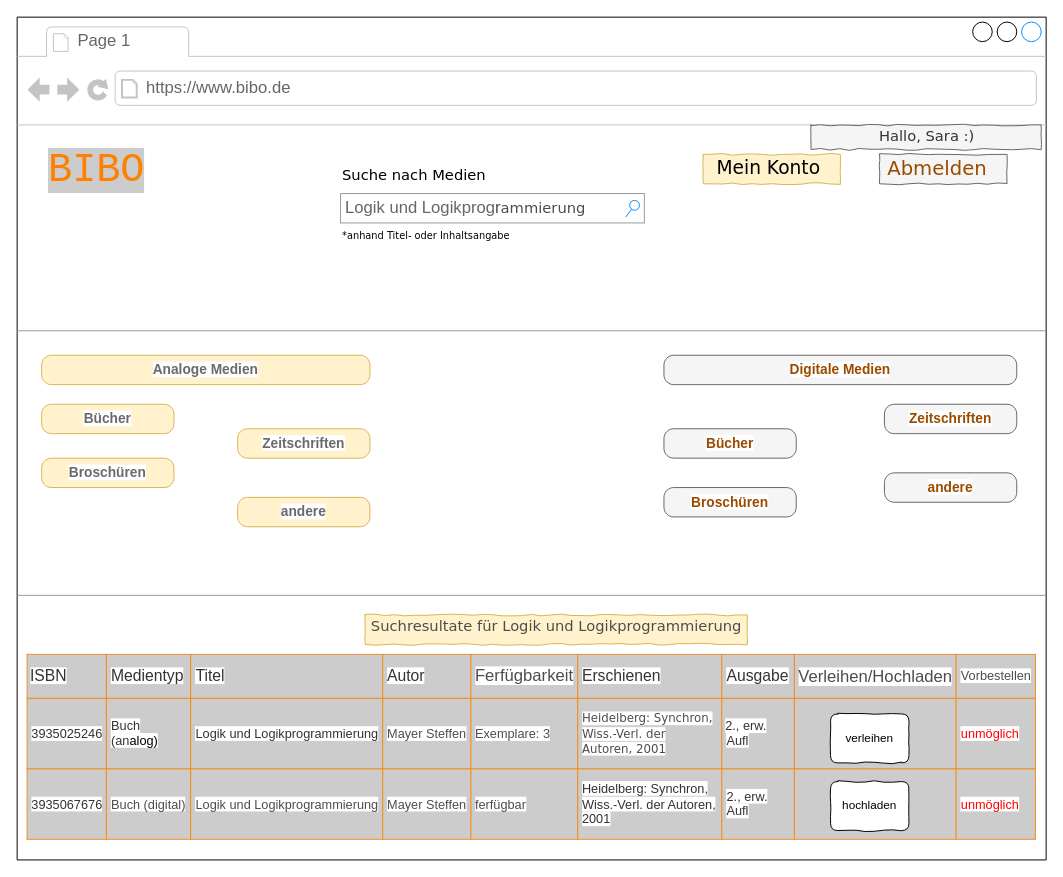
Before: 3_Lasten_Pflichtenheft/Pflichtenheft/GUI imgs/Suchаnfrаgen von аngemeldeten Benutzer mit Rechten.drawio in mostermann96/SWT2, a draw.io diagram. Source tidied: cells renumbered, new cells numbered last; positions are measured from the earlier drawing's top-left corner, leaving out a move shared by most shapes. Both pictures are drawn from the tidied source at 98%, with x=0, y=0 at pixel (17, 17).
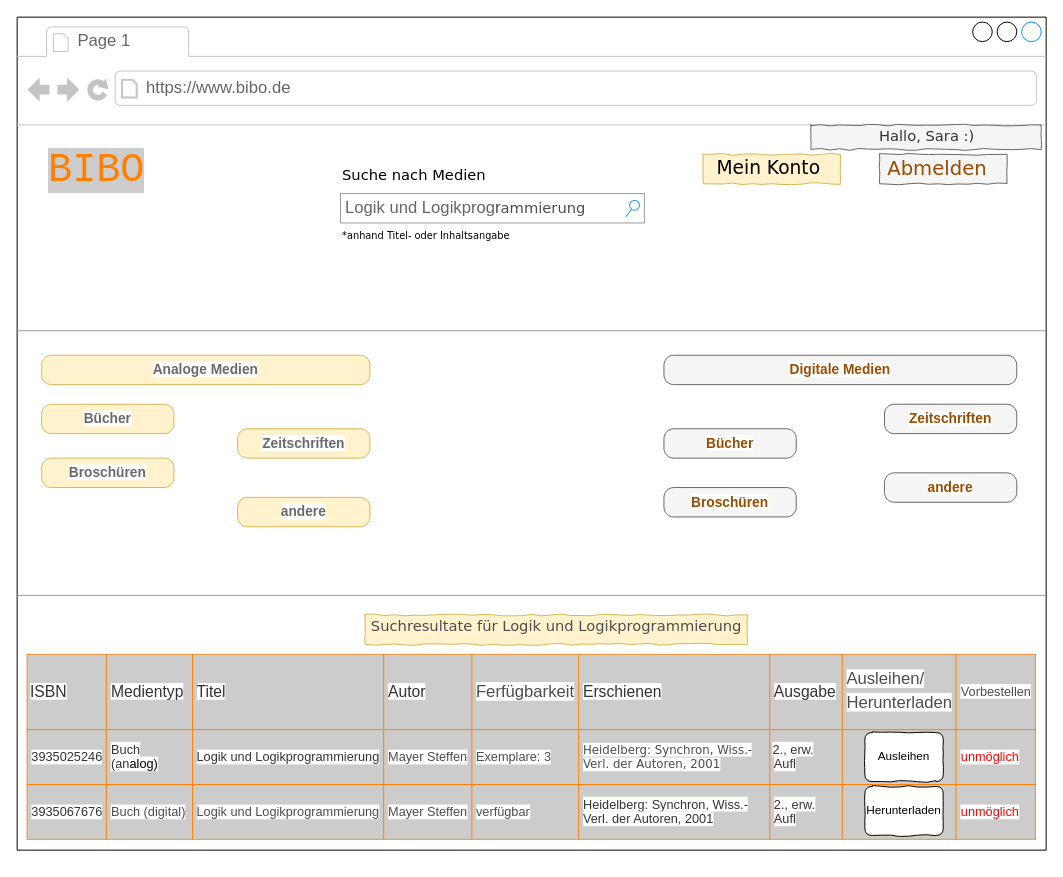
The same page after the edit.

Commit message (it also covers changes not shown here):
Kleine Berichtigungen in UI-Dias

The edit, as a diff of the source:
```diff
@@
     <mxCell id="2" style="strokeWidth=1;shadow=0;dashed=0;align=center;html=1;shape=mxgraph.mockup.containers.browserWindow;rSize=0;mainText=,;rounded=0;labelBackgroundColor=none;fontFamily=Verdana;fontSize=12;" parent="1" vertex="1">
-      <mxGeometry width="1050" height="860" as="geometry" />
+      <mxGeometry width="1050" height="850" as="geometry" />
     </mxCell>
@@
-    <mxCell id="24" value="&lt;table border=&quot;1&quot; width=&quot;100%&quot; cellpadding=&quot;4&quot; style=&quot;width: 100% ; height: 100% ; border-collapse: collapse ; background-color: rgb(204 , 204 , 204) ; border: 1px solid rgb(255 , 128 , 0)&quot;&gt;&lt;tbody style=&quot;font-size: 13px&quot;&gt;&lt;tr style=&quot;color: rgb(255 , 255 , 255)&quot;&gt;&lt;td style=&quot;text-indent: -2%&quot;&gt;&lt;font color=&quot;#333333&quot; face=&quot;VisSansBold, Helvetica, Arial, sans-serif&quot;&gt;&lt;span style=&quot;font-size: 16px ; white-space: normal ; background-color: rgb(255 , 255 , 255)&quot;&gt;ISBN&lt;/span&gt;&lt;/font&gt;&lt;br&gt;&lt;/td&gt;&lt;td&gt;&lt;span style=&quot;color: rgb(51 , 51 , 51) ; font-family: &amp;#34;vissansbold&amp;#34; , &amp;#34;helvetica&amp;#34; , &amp;#34;arial&amp;#34; , sans-serif ; font-size: 16px ; text-indent: -2% ; white-space: normal ; background-color: rgb(255 , 255 , 255)&quot;&gt;Medientyp&lt;/span&gt;&lt;br&gt;&lt;/td&gt;&lt;th align=&quot;left&quot;&gt;&lt;span style=&quot;color: rgb(51 , 51 , 51) ; font-family: &amp;#34;vissansbold&amp;#34; , &amp;#34;helvetica&amp;#34; , &amp;#34;arial&amp;#34; , sans-serif ; font-size: 16px ; font-weight: 400 ; text-indent: -2% ; white-space: normal ; background-color: rgb(255 , 255 , 255)&quot;&gt;Titel&lt;/span&gt;&lt;br&gt;&lt;/th&gt;&lt;th align=&quot;left&quot;&gt;&lt;font color=&quot;#333333&quot; face=&quot;VisSansBold, Helvetica, Arial, sans-serif&quot;&gt;&lt;span style=&quot;font-size: 16px ; font-weight: 400 ; white-space: normal ; background-color: rgb(255 , 255 , 255)&quot;&gt;Autor&lt;/span&gt;&lt;/font&gt;&lt;br&gt;&lt;/th&gt;&lt;th align=&quot;left&quot;&gt;&lt;font style=&quot;background-color: rgb(255 , 255 , 255) ; font-weight: normal ; font-size: 17px&quot; color=&quot;#4d4d4d&quot;&gt;Ferfügbarkeit&lt;/font&gt;&lt;/th&gt;&lt;td&gt;&lt;span style=&quot;color: rgb(51 , 51 , 51) ; font-family: &amp;#34;vissansbold&amp;#34; , &amp;#34;helvetica&amp;#34; , &amp;#34;arial&amp;#34; , sans-serif ; font-size: 16px ; text-indent: -2% ; white-space: normal ; background-color: rgb(255 , 255 , 255)&quot;&gt;Erschienen&lt;/span&gt;&lt;br&gt;&lt;/td&gt;&lt;td&gt;&lt;span style=&quot;color: rgb(51 , 51 , 51) ; font-family: &amp;#34;vissansbold&amp;#34; , &amp;#34;helvetica&amp;#34; , &amp;#34;arial&amp;#34; , sans-serif ; font-size: 16px ; text-indent: -2% ; white-space: normal ; background-color: rgb(255 , 255 , 255)&quot;&gt;Ausgabe&lt;/span&gt;&lt;br&gt;&lt;/td&gt;&lt;td&gt;&lt;font color=&quot;#4d4d4d&quot; style=&quot;background-color: rgb(255 , 255 , 255) ; font-size: 17px&quot;&gt;Verleihen/&lt;a href=&quot;https://www.google.ru/url?sa=t&amp;amp;rct=j&amp;amp;q=&amp;amp;esrc=s&amp;amp;source=web&amp;amp;cd=3&amp;amp;ved=2ahUKEwjd3rCshafmAhXLzqQKHeFkBQYQFjACegQIDBAG&amp;amp;url=https%3A%2F%2Fde.wikipedia.org%2Fwiki%2FHilfe%3AHochladen&amp;amp;usg=AOvVaw2GScPgjC7Z1DQhCU2mOQEb&quot; target=&quot;_blank&quot; style=&quot;cursor: pointer ; font-family: &amp;#34;arial&amp;#34; , sans-serif ; white-space: normal&quot;&gt;&lt;h3 class=&quot;LC20lb&quot; style=&quot;font-weight: normal ; margin: 0px ; padding: 0px ; display: inline-block ; line-height: 1.3&quot;&gt;&lt;span class=&quot;S3Uucc&quot; style=&quot;font-size: 17px&quot;&gt;&lt;font color=&quot;#4d4d4d&quot; style=&quot;font-size: 17px&quot;&gt;Hochladen&lt;/font&gt;&lt;/span&gt;&lt;/h3&gt;&lt;/a&gt;&lt;/font&gt;&lt;/td&gt;&lt;td&gt;&lt;font color=&quot;#4d4d4d&quot; style=&quot;background-color: rgb(255 , 255 , 255)&quot;&gt;Vorbestellen&lt;/font&gt;&lt;/td&gt;&lt;/tr&gt;&lt;tr style=&quot;font-size: 13px&quot;&gt;&lt;td&gt;&lt;span style=&quot;color: rgb(51 , 51 , 51) ; font-family: &amp;#34;vissansbook&amp;#34; , &amp;#34;helvetica&amp;#34; , &amp;#34;arial&amp;#34; , sans-serif ; text-indent: -2% ; white-space: normal ; background-color: rgb(255 , 255 , 255)&quot;&gt;&lt;font style=&quot;font-size: 13px&quot;&gt;3935025246&lt;/font&gt;&lt;/span&gt;&lt;br&gt;&lt;/td&gt;&lt;td&gt;&lt;span style=&quot;color: rgb(51 , 51 , 51) ; font-family: &amp;#34;vissansbook&amp;#34; , &amp;#34;helvetica&amp;#34; , &amp;#34;arial&amp;#34; , sans-serif ; text-indent: -2% ; white-space: normal&quot;&gt;&lt;font style=&quot;font-size: 13px&quot;&gt;&lt;span style=&quot;background-color: rgb(255 , 255 , 255)&quot;&gt;Buch (an&lt;/span&gt;&lt;/font&gt;&lt;/span&gt;&lt;span style=&quot;background-color: rgb(255 , 255 , 255)&quot;&gt;alog)&lt;/span&gt;&lt;br&gt;&lt;/td&gt;&lt;td style=&quot;font-size: 13px&quot;&gt;&lt;span style=&quot;background-color: rgb(255 , 255 , 255)&quot;&gt;&lt;span style=&quot;color: rgb(51 , 51 , 51) ; font-family: &amp;#34;vissansbook&amp;#34; , &amp;#34;helvetica&amp;#34; , &amp;#34;arial&amp;#34; , sans-serif ; text-indent: -2% ; white-space: normal&quot;&gt;Logik und&amp;nbsp;&lt;/span&gt;&lt;span class=&quot;highlight&quot; style=&quot;box-sizing: border-box ; margin: 0px ; padding: 0px ; color: rgb(51 , 51 , 51) ; font-family: &amp;#34;vissansbook&amp;#34; , &amp;#34;helvetica&amp;#34; , &amp;#34;arial&amp;#34; , sans-serif ; text-indent: -2% ; white-space: normal&quot;&gt;Logikprogrammierung&lt;/span&gt;&lt;/span&gt;&lt;br&gt;&lt;/td&gt;&lt;td&gt;&lt;span style=&quot;background-color: rgb(255 , 255 , 255)&quot;&gt;&lt;font color=&quot;#4d4d4d&quot;&gt;Mayer Steffen&lt;/font&gt;&lt;/span&gt;&lt;/td&gt;&lt;td&gt;&lt;span style=&quot;background-color: rgb(255 , 255 , 255)&quot;&gt;&lt;font color=&quot;#4d4d4d&quot;&gt;Exemplare: 3&lt;/font&gt;&lt;/span&gt;&lt;/td&gt;&lt;td&gt;&lt;font face=&quot;Verdana&quot; style=&quot;font-size: 12px&quot;&gt;&lt;span style=&quot;text-indent: -2% ; white-space: normal ; background-color: rgb(255 , 255 , 255)&quot;&gt;&lt;font style=&quot;font-size: 12px&quot; color=&quot;#4d4d4d&quot;&gt;Heidelberg: Synchron, Wiss.-Verl. der Autoren, 2001&lt;/font&gt;&lt;/span&gt;&lt;br&gt;&lt;/font&gt;&lt;/td&gt;&lt;td style=&quot;text-indent: -2%&quot;&gt;&lt;font color=&quot;#333333&quot; size=&quot;1&quot;&gt;&lt;span style=&quot;white-space: normal ; font-size: 13px ; background-color: rgb(255 , 255 , 255)&quot;&gt;2., erw. Aufl&lt;/span&gt;&lt;/font&gt;&lt;br&gt;&lt;/td&gt;&lt;td&gt;&lt;br&gt;&lt;/td&gt;&lt;td&gt;&lt;span style=&quot;background-color: rgb(255 , 255 , 255)&quot;&gt;&lt;font color=&quot;#ff0000&quot;&gt;unmöglich&lt;/font&gt;&lt;/span&gt;&lt;/td&gt;&lt;/tr&gt;&lt;tr&gt;&lt;td&gt;&lt;span style=&quot;color: rgb(51 , 51 , 51) ; font-family: &amp;#34;vissansbook&amp;#34; , &amp;#34;helvetica&amp;#34; , &amp;#34;arial&amp;#34; , sans-serif ; font-size: 13px ; text-indent: -2% ; white-space: normal ; background-color: rgb(255 , 255 , 255)&quot;&gt;3935067676&lt;/span&gt;&lt;br&gt;&lt;/td&gt;&lt;td&gt;&lt;font style=&quot;font-size: 13px ; background-color: rgb(255 , 255 , 255)&quot; color=&quot;#4d4d4d&quot;&gt;Buch (digital)&lt;/font&gt;&lt;/td&gt;&lt;td&gt;&lt;font style=&quot;font-size: 13px ; background-color: rgb(255 , 255 , 255)&quot; color=&quot;#4d4d4d&quot;&gt;Logik und Logikprogrammierung&lt;/font&gt;&lt;/td&gt;&lt;td&gt;&lt;font color=&quot;#4d4d4d&quot; style=&quot;background-color: rgb(255 , 255 , 255) ; font-size: 13px&quot;&gt;Mayer Steffen&lt;/font&gt;&lt;/td&gt;&lt;td&gt;&lt;font style=&quot;font-size: 13px ; background-color: rgb(255 , 255 , 255)&quot; color=&quot;#4d4d4d&quot;&gt;ferfügbar&lt;/font&gt;&lt;/td&gt;&lt;td&gt;&lt;span style=&quot;color: rgb(51 , 51 , 51) ; text-indent: -2% ; white-space: normal ; background-color: rgb(255 , 255 , 255)&quot;&gt;&lt;font style=&quot;font-size: 13px&quot;&gt;Heidelberg: Synchron, Wiss.-Verl. der Autoren, 2001&lt;/font&gt;&lt;/span&gt;&lt;br&gt;&lt;/td&gt;&lt;td&gt;&lt;span style=&quot;color: rgb(51 , 51 , 51) ; text-indent: -2% ; white-space: normal ; background-color: rgb(255 , 255 , 255)&quot;&gt;2., erw. Aufl&lt;/span&gt;&lt;br&gt;&lt;/td&gt;&lt;td&gt;&lt;br&gt;&lt;/td&gt;&lt;td&gt;&lt;font color=&quot;#ff0000&quot; style=&quot;background-color: rgb(255 , 255 , 255)&quot;&gt;unmöglich&lt;/font&gt;&lt;/td&gt;&lt;/tr&gt;&lt;/tbody&gt;&lt;/table&gt;" style="text;html=1;overflow=fill;rounded=0;shadow=0;comic=1;imageAspect=1;" parent="2" vertex="1">
+    <mxCell id="24" value="&lt;table style=&quot;width: 100% ; height: 100% ; border-collapse: collapse ; background-color: rgb(204 , 204 , 204) ; border: 1px solid rgb(255 , 128 , 0)&quot; width=&quot;100%&quot; cellpadding=&quot;4&quot; border=&quot;1&quot;&gt;&lt;tbody style=&quot;font-size: 13px&quot;&gt;&lt;tr style=&quot;color: rgb(255 , 255 , 255)&quot;&gt;&lt;td style=&quot;text-indent: -2%&quot;&gt;&lt;font face=&quot;VisSansBold, Helvetica, Arial, sans-serif&quot; color=&quot;#333333&quot;&gt;&lt;span style=&quot;font-size: 16px ; white-space: normal ; background-color: rgb(255 , 255 , 255)&quot;&gt;ISBN&lt;/span&gt;&lt;/font&gt;&lt;br&gt;&lt;/td&gt;&lt;td&gt;&lt;span style=&quot;color: rgb(51 , 51 , 51) ; font-family: &amp;#34;vissansbold&amp;#34; , &amp;#34;helvetica&amp;#34; , &amp;#34;arial&amp;#34; , sans-serif ; font-size: 16px ; text-indent: -2% ; white-space: normal ; background-color: rgb(255 , 255 , 255)&quot;&gt;Medientyp&lt;/span&gt;&lt;br&gt;&lt;/td&gt;&lt;th align=&quot;left&quot;&gt;&lt;span style=&quot;color: rgb(51 , 51 , 51) ; font-family: &amp;#34;vissansbold&amp;#34; , &amp;#34;helvetica&amp;#34; , &amp;#34;arial&amp;#34; , sans-serif ; font-size: 16px ; font-weight: 400 ; text-indent: -2% ; white-space: normal ; background-color: rgb(255 , 255 , 255)&quot;&gt;Titel&lt;/span&gt;&lt;br&gt;&lt;/th&gt;&lt;th align=&quot;left&quot;&gt;&lt;font face=&quot;VisSansBold, Helvetica, Arial, sans-serif&quot; color=&quot;#333333&quot;&gt;&lt;span style=&quot;font-size: 16px ; font-weight: 400 ; white-space: normal ; background-color: rgb(255 , 255 , 255)&quot;&gt;Autor&lt;/span&gt;&lt;/font&gt;&lt;br&gt;&lt;/th&gt;&lt;th align=&quot;left&quot;&gt;&lt;font style=&quot;background-color: rgb(255 , 255 , 255) ; font-weight: normal ; font-size: 17px&quot; color=&quot;#4d4d4d&quot;&gt;Ferfügbarkeit&lt;/font&gt;&lt;/th&gt;&lt;td&gt;&lt;span style=&quot;color: rgb(51 , 51 , 51) ; font-family: &amp;#34;vissansbold&amp;#34; , &amp;#34;helvetica&amp;#34; , &amp;#34;arial&amp;#34; , sans-serif ; font-size: 16px ; text-indent: -2% ; white-space: normal ; background-color: rgb(255 , 255 , 255)&quot;&gt;Erschienen&lt;/span&gt;&lt;br&gt;&lt;/td&gt;&lt;td&gt;&lt;span style=&quot;color: rgb(51 , 51 , 51) ; font-family: &amp;#34;vissansbold&amp;#34; , &amp;#34;helvetica&amp;#34; , &amp;#34;arial&amp;#34; , sans-serif ; font-size: 16px ; text-indent: -2% ; white-space: normal ; background-color: rgb(255 , 255 , 255)&quot;&gt;Ausgabe&lt;/span&gt;&lt;br&gt;&lt;/td&gt;&lt;td&gt;&lt;font style=&quot;background-color: rgb(255 , 255 , 255) ; font-size: 17px&quot; color=&quot;#4d4d4d&quot;&gt;Ausleihen/&lt;br&gt;&lt;a href=&quot;https://www.google.ru/url?sa=t&amp;amp;rct=j&amp;amp;q=&amp;amp;esrc=s&amp;amp;source=web&amp;amp;cd=3&amp;amp;ved=2ahUKEwjd3rCshafmAhXLzqQKHeFkBQYQFjACegQIDBAG&amp;amp;url=https%3A%2F%2Fde.wikipedia.org%2Fwiki%2FHilfe%3AHochladen&amp;amp;usg=AOvVaw2GScPgjC7Z1DQhCU2mOQEb&quot; target=&quot;_blank&quot; style=&quot;cursor: pointer ; font-family: &amp;#34;arial&amp;#34; , sans-serif ; white-space: normal&quot;&gt;&lt;h3 class=&quot;LC20lb&quot; style=&quot;font-weight: normal ; margin: 0px ; padding: 0px ; display: inline-block ; line-height: 1.3&quot;&gt;&lt;span class=&quot;S3Uucc&quot; style=&quot;font-size: 17px&quot;&gt;&lt;font style=&quot;font-size: 17px&quot; color=&quot;#4d4d4d&quot;&gt;Herunterladen&lt;/font&gt;&lt;/span&gt;&lt;/h3&gt;&lt;/a&gt;&lt;/font&gt;&lt;/td&gt;&lt;td&gt;&lt;font style=&quot;background-color: rgb(255 , 255 , 255)&quot; color=&quot;#4d4d4d&quot;&gt;Vorbestellen&lt;/font&gt;&lt;/td&gt;&lt;/tr&gt;&lt;tr style=&quot;font-size: 13px&quot;&gt;&lt;td&gt;&lt;span style=&quot;color: rgb(51 , 51 , 51) ; font-family: &amp;#34;vissansbook&amp;#34; , &amp;#34;helvetica&amp;#34; , &amp;#34;arial&amp;#34; , sans-serif ; text-indent: -2% ; white-space: normal ; background-color: rgb(255 , 255 , 255)&quot;&gt;&lt;font style=&quot;font-size: 13px&quot;&gt;3935025246&lt;/font&gt;&lt;/span&gt;&lt;br&gt;&lt;/td&gt;&lt;td&gt;&lt;span style=&quot;color: rgb(51 , 51 , 51) ; font-family: &amp;#34;vissansbook&amp;#34; , &amp;#34;helvetica&amp;#34; , &amp;#34;arial&amp;#34; , sans-serif ; text-indent: -2% ; white-space: normal&quot;&gt;&lt;font style=&quot;font-size: 13px&quot;&gt;&lt;span style=&quot;background-color: rgb(255 , 255 , 255)&quot;&gt;Buch (an&lt;/span&gt;&lt;/font&gt;&lt;/span&gt;&lt;span style=&quot;background-color: rgb(255 , 255 , 255)&quot;&gt;alog)&lt;/span&gt;&lt;br&gt;&lt;/td&gt;&lt;td style=&quot;font-size: 13px&quot;&gt;&lt;span style=&quot;background-color: rgb(255 , 255 , 255)&quot;&gt;&lt;span style=&quot;color: rgb(51 , 51 , 51) ; font-family: &amp;#34;vissansbook&amp;#34; , &amp;#34;helvetica&amp;#34; , &amp;#34;arial&amp;#34; , sans-serif ; text-indent: -2% ; white-space: normal&quot;&gt;Logik und&amp;nbsp;&lt;/span&gt;&lt;span class=&quot;highlight&quot; style=&quot;box-sizing: border-box ; margin: 0px ; padding: 0px ; color: rgb(51 , 51 , 51) ; font-family: &amp;#34;vissansbook&amp;#34; , &amp;#34;helvetica&amp;#34; , &amp;#34;arial&amp;#34; , sans-serif ; text-indent: -2% ; white-space: normal&quot;&gt;Logikprogrammierung&lt;/span&gt;&lt;/span&gt;&lt;br&gt;&lt;/td&gt;&lt;td&gt;&lt;span style=&quot;background-color: rgb(255 , 255 , 255)&quot;&gt;&lt;font color=&quot;#4d4d4d&quot;&gt;Mayer Steffen&lt;/font&gt;&lt;/span&gt;&lt;/td&gt;&lt;td&gt;&lt;span style=&quot;background-color: rgb(255 , 255 , 255)&quot;&gt;&lt;font color=&quot;#4d4d4d&quot;&gt;Exemplare: 3&lt;/font&gt;&lt;/span&gt;&lt;/td&gt;&lt;td&gt;&lt;font style=&quot;font-size: 12px&quot; face=&quot;Verdana&quot;&gt;&lt;span style=&quot;text-indent: -2% ; white-space: normal ; background-color: rgb(255 , 255 , 255)&quot;&gt;&lt;font style=&quot;font-size: 12px&quot; color=&quot;#4d4d4d&quot;&gt;Heidelberg: Synchron, Wiss.-Verl. der Autoren, 2001&lt;/font&gt;&lt;/span&gt;&lt;br&gt;&lt;/font&gt;&lt;/td&gt;&lt;td style=&quot;text-indent: -2%&quot;&gt;&lt;font size=&quot;1&quot; color=&quot;#333333&quot;&gt;&lt;span style=&quot;white-space: normal ; font-size: 13px ; background-color: rgb(255 , 255 , 255)&quot;&gt;2., erw. Aufl&lt;/span&gt;&lt;/font&gt;&lt;br&gt;&lt;/td&gt;&lt;td&gt;&lt;br&gt;&lt;/td&gt;&lt;td&gt;&lt;span style=&quot;background-color: rgb(255 , 255 , 255)&quot;&gt;&lt;font color=&quot;#ff0000&quot;&gt;unmöglich&lt;/font&gt;&lt;/span&gt;&lt;/td&gt;&lt;/tr&gt;&lt;tr&gt;&lt;td&gt;&lt;span style=&quot;color: rgb(51 , 51 , 51) ; font-family: &amp;#34;vissansbook&amp;#34; , &amp;#34;helvetica&amp;#34; , &amp;#34;arial&amp;#34; , sans-serif ; font-size: 13px ; text-indent: -2% ; white-space: normal ; background-color: rgb(255 , 255 , 255)&quot;&gt;3935067676&lt;/span&gt;&lt;br&gt;&lt;/td&gt;&lt;td&gt;&lt;font style=&quot;font-size: 13px ; background-color: rgb(255 , 255 , 255)&quot; color=&quot;#4d4d4d&quot;&gt;Buch (digital)&lt;/font&gt;&lt;/td&gt;&lt;td&gt;&lt;font style=&quot;font-size: 13px ; background-color: rgb(255 , 255 , 255)&quot; color=&quot;#4d4d4d&quot;&gt;Logik und Logikprogrammierung&lt;/font&gt;&lt;/td&gt;&lt;td&gt;&lt;font style=&quot;background-color: rgb(255 , 255 , 255) ; font-size: 13px&quot; color=&quot;#4d4d4d&quot;&gt;Mayer Steffen&lt;/font&gt;&lt;/td&gt;&lt;td&gt;&lt;font style=&quot;font-size: 13px ; background-color: rgb(255 , 255 , 255)&quot; color=&quot;#4d4d4d&quot;&gt;verfügbar&lt;/font&gt;&lt;/td&gt;&lt;td&gt;&lt;span style=&quot;color: rgb(51 , 51 , 51) ; text-indent: -2% ; white-space: normal ; background-color: rgb(255 , 255 , 255)&quot;&gt;&lt;font style=&quot;font-size: 13px&quot;&gt;Heidelberg: Synchron, Wiss.-Verl. der Autoren, 2001&lt;/font&gt;&lt;/span&gt;&lt;br&gt;&lt;/td&gt;&lt;td&gt;&lt;span style=&quot;color: rgb(51 , 51 , 51) ; text-indent: -2% ; white-space: normal ; background-color: rgb(255 , 255 , 255)&quot;&gt;2., erw. Aufl&lt;/span&gt;&lt;br&gt;&lt;/td&gt;&lt;td&gt;&lt;br&gt;&lt;/td&gt;&lt;td&gt;&lt;font style=&quot;background-color: rgb(255 , 255 , 255)&quot; color=&quot;#ff0000&quot;&gt;unmöglich&lt;/font&gt;&lt;/td&gt;&lt;/tr&gt;&lt;/tbody&gt;&lt;/table&gt;" style="text;html=1;overflow=fill;rounded=0;shadow=0;comic=1;imageAspect=1;" parent="2" vertex="1">
       <mxGeometry x="10" y="650" width="1030" height="190" as="geometry" />
     </mxCell>
@@
-    <mxCell id="26" value="verleihen" style="rounded=1;whiteSpace=wrap;html=1;shadow=0;comic=1;" parent="2" vertex="1">
-      <mxGeometry x="830" y="711" width="80" height="50" as="geometry" />
+    <mxCell id="26" value="Ausleihen" style="rounded=1;whiteSpace=wrap;html=1;shadow=0;comic=1;" parent="2" vertex="1">
+      <mxGeometry x="865" y="730" width="80" height="50" as="geometry" />
     </mxCell>
-    <mxCell id="27" value="hochlаden" style="rounded=1;whiteSpace=wrap;html=1;shadow=0;comic=1;" parent="2" vertex="1">
-      <mxGeometry x="830" y="780" width="80" height="50" as="geometry" />
+    <mxCell id="27" value="Herunterladen" style="rounded=1;whiteSpace=wrap;html=1;shadow=0;comic=1;" parent="2" vertex="1">
+      <mxGeometry x="865" y="785" width="80" height="50" as="geometry" />
     </mxCell>
```
